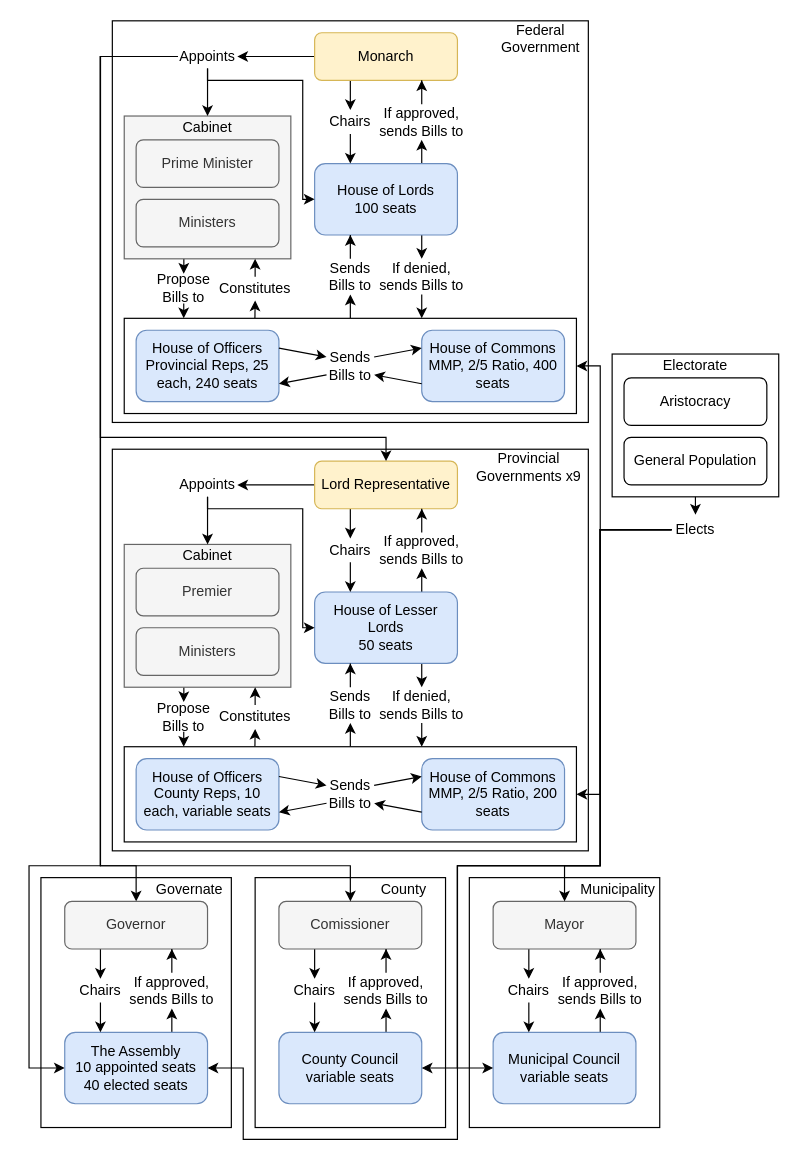
Earlier version of the draw.io diagram Palorsenna/Palorsennan Political Org Chart.drawio (jamlamtheblue/DES-Pol). Source tidied: cells renumbered, new cells numbered last; positions are measured from the earlier drawing's top-left corner, leaving out a move shared by most shapes. Both pictures are drawn from the tidied source at 119%, with x=0, y=0 at pixel (29, 20).
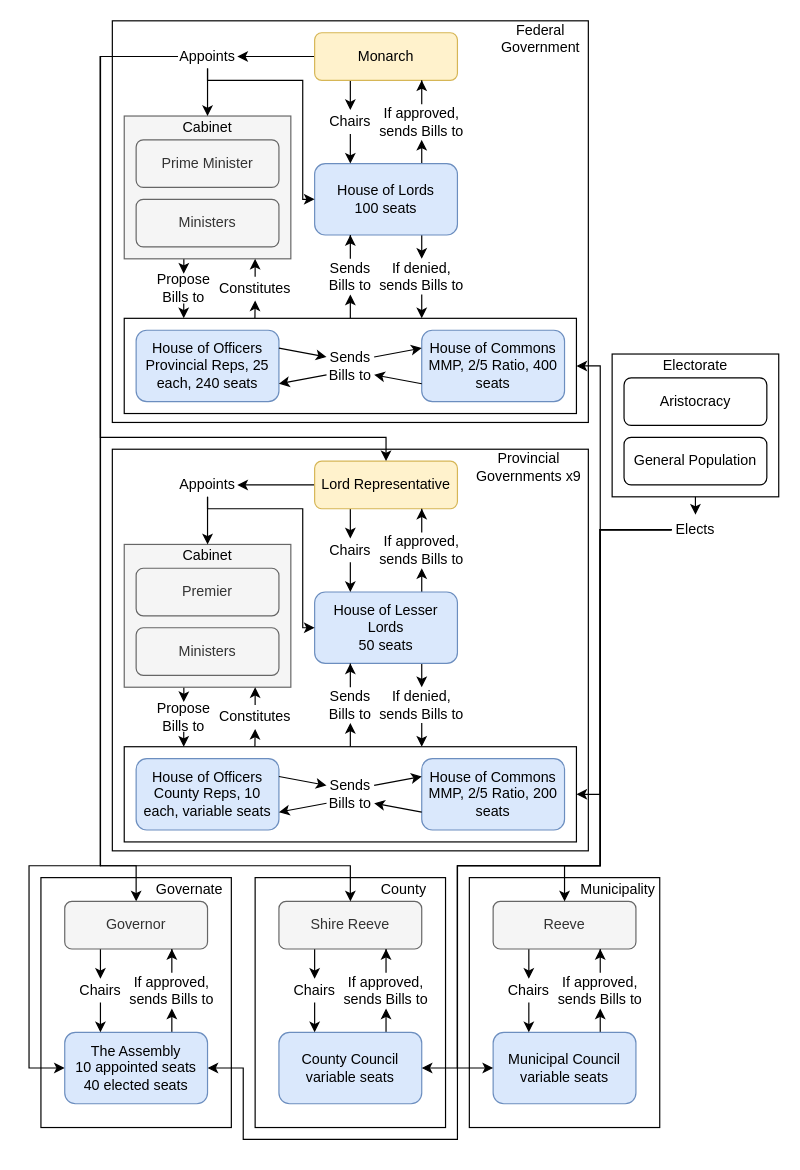
The same diagram, later.

The edit, as a diff of the source:
```diff
@@
-    <mxCell id="102" value="Mayor" style="rounded=1;whiteSpace=wrap;html=1;fillColor=#f5f5f5;strokeColor=#666666;fontColor=#333333;" parent="1" vertex="1">
+    <mxCell id="102" value="Reeve" style="rounded=1;whiteSpace=wrap;html=1;fillColor=#f5f5f5;strokeColor=#666666;fontColor=#333333;" parent="1" vertex="1">
       <mxGeometry x="389.9" y="740" width="120" height="40" as="geometry" />
     </mxCell>
@@
-    <mxCell id="112" value="Comissioner" style="rounded=1;whiteSpace=wrap;html=1;fillColor=#f5f5f5;strokeColor=#666666;fontColor=#333333;" parent="1" vertex="1">
+    <mxCell id="112" value="Shire Reeve" style="rounded=1;whiteSpace=wrap;html=1;fillColor=#f5f5f5;strokeColor=#666666;fontColor=#333333;" parent="1" vertex="1">
       <mxGeometry x="209.9" y="740" width="120" height="40" as="geometry" />
     </mxCell>
```
